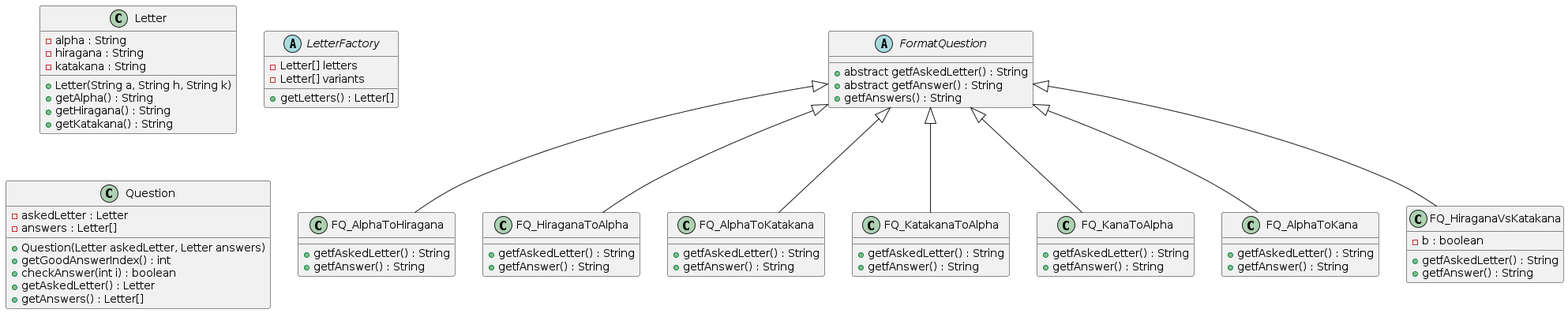
Before: uml/Model.png, a diagram exported from PlantUML (BaptisteGosselet/KanaWorld). Source of this version:
```plantuml
@startuml

abstract class FormatQuestion{
    + abstract getfAskedLetter() : String
    + abstract getfAnswer() : String
    + getfAnswers() : String
}

class FQ_AlphaToHiragana extends FormatQuestion{
    + getfAskedLetter() : String
    + getfAnswer() : String
}

class FQ_HiraganaToAlpha extends FormatQuestion{
    + getfAskedLetter() : String
    + getfAnswer() : String
}

class FQ_AlphaToKatakana extends FormatQuestion{
    + getfAskedLetter() : String
    + getfAnswer() : String
}

class FQ_KatakanaToAlpha extends FormatQuestion{
    + getfAskedLetter() : String
    + getfAnswer() : String
}

class FQ_KanaToAlpha extends FormatQuestion{
    + getfAskedLetter() : String
    + getfAnswer() : String
}

class FQ_AlphaToKana extends FormatQuestion{
    + getfAskedLetter() : String
    + getfAnswer() : String
}

class FQ_HiraganaVsKatakana extends FormatQuestion{
    - b : boolean
    + getfAskedLetter() : String
    + getfAnswer() : String
}



class Letter{
    - alpha : String
    - hiragana : String
    - katakana : String
    + Letter(String a, String h, String k)
    + getAlpha() : String
    + getHiragana() : String
    + getKatakana() : String
}

abstract class LetterFactory{
    - Letter[] letters
    - Letter[] variants
    + getLetters() : Letter[]
}

class Question{
    - askedLetter : Letter
    - answers : Letter[]
    + Question(Letter askedLetter, Letter answers)
    + getGoodAnswerIndex() : int
    + checkAnswer(int i) : boolean
    + getAskedLetter() : Letter
    + getAnswers() : Letter[]
}

@enduml
```
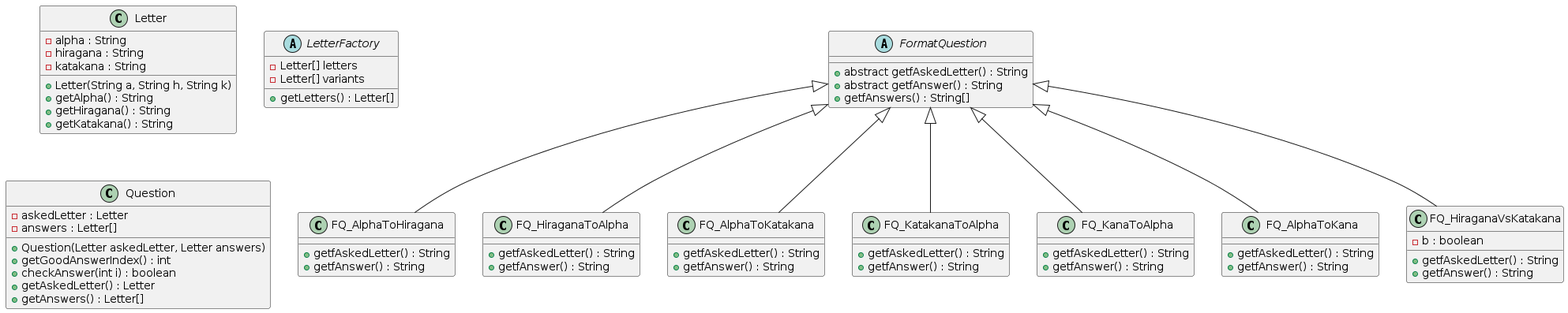
Above is the later version.

Diff of the diagram source:
```diff
@@ -3,7 +3,7 @@
 abstract class FormatQuestion{
     + abstract getfAskedLetter() : String
     + abstract getfAnswer() : String
-    + getfAnswers() : String
+    + getfAnswers() : String[]
 }
 
 class FQ_AlphaToHiragana extends FormatQuestion{
```
